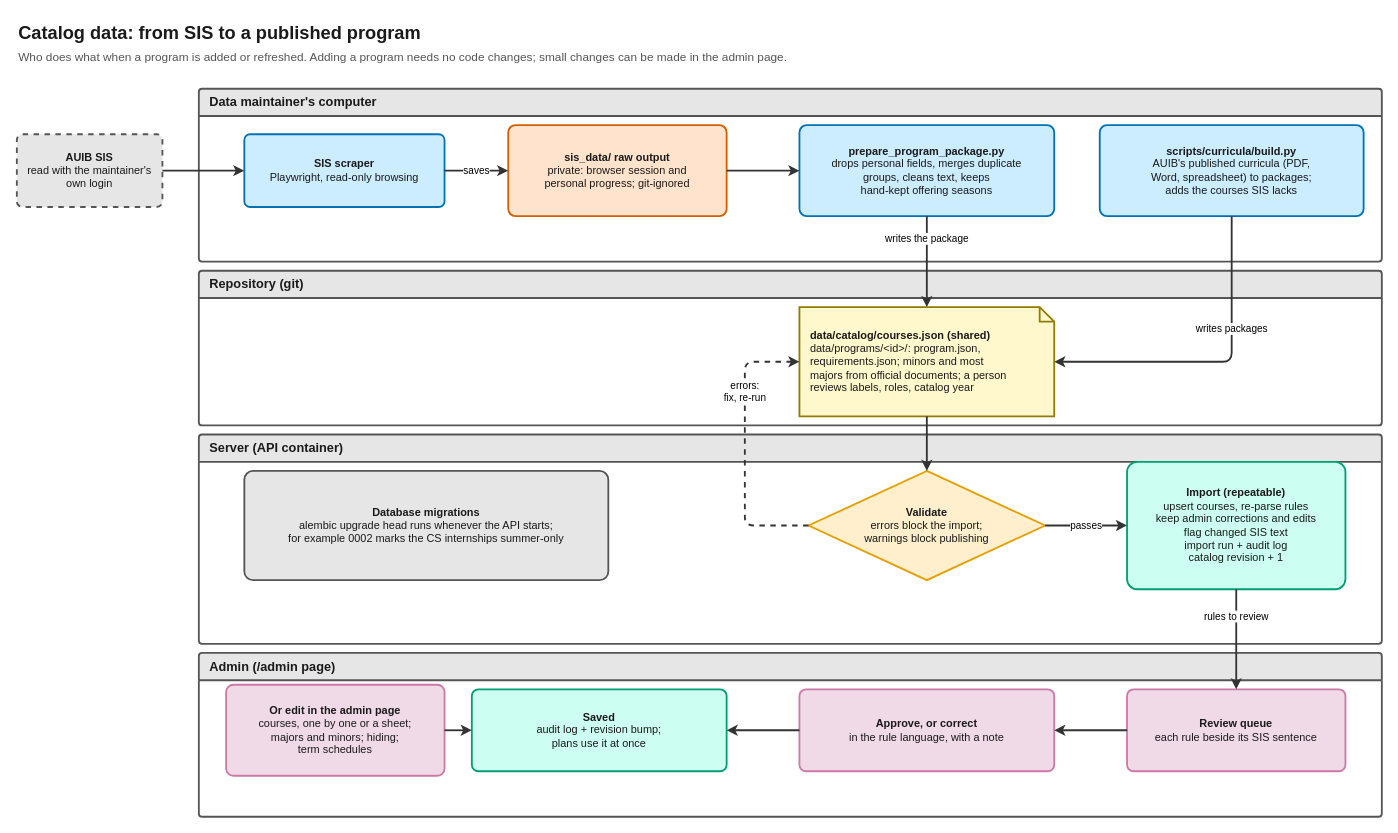
Above: docs/diagrams/05-data-pipeline.drawio in zaniixx/AUIB-Academic-Advisor (draw.io), before the change. Source tidied: cells renumbered, new cells numbered last; positions are measured from the earlier drawing's top-left corner, leaving out a move shared by most shapes. Both pictures are drawn from the tidied source at 91%, with x=0, y=0 at pixel (16, 15).
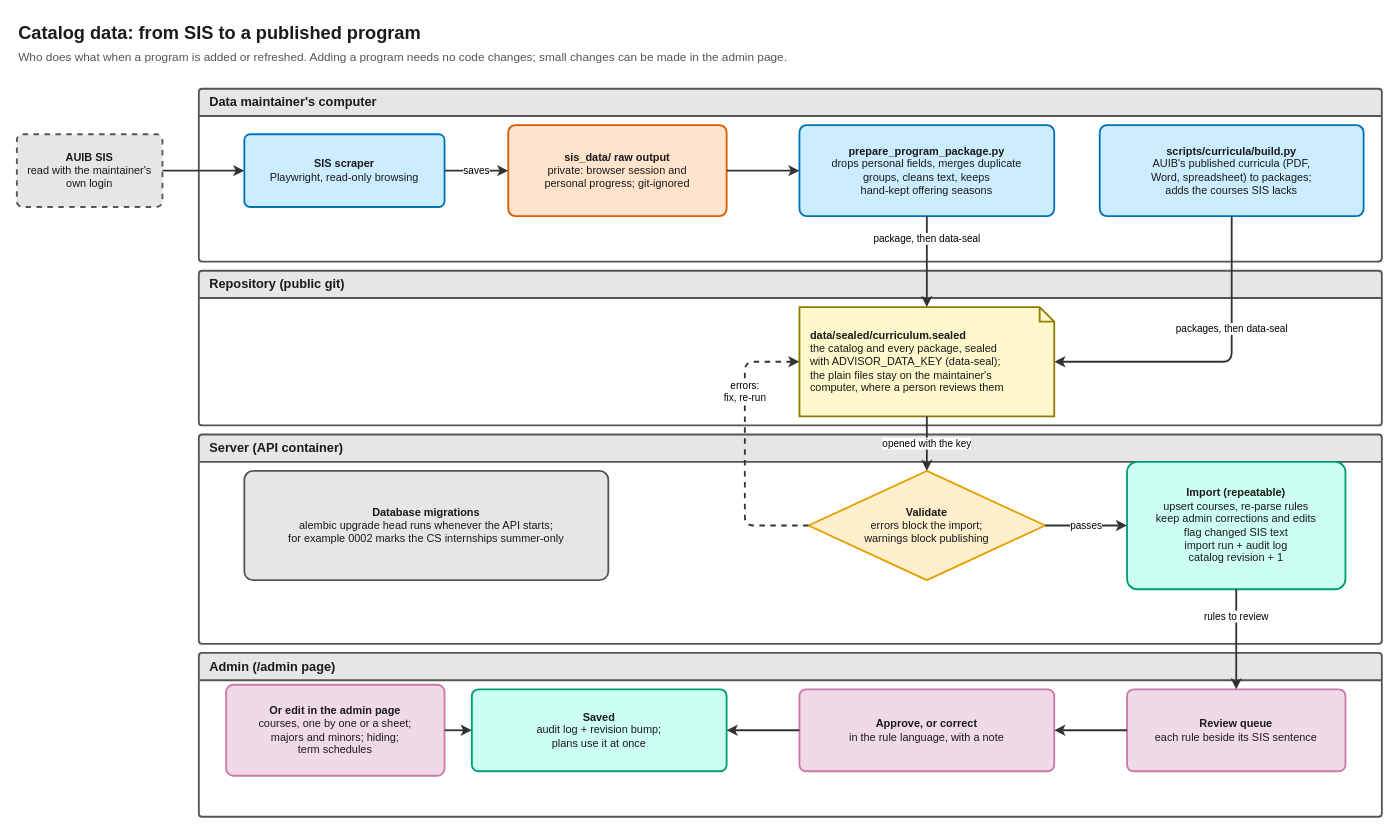
The same diagram, later.

Unchanged cells that the change refers to:
```xml
<mxCell id="10" value="&lt;b&gt;prepare_program_package.py&lt;/b&gt;&lt;br&gt;drops personal fields, merges duplicate&lt;br&gt;groups, cleans text, keeps&lt;br&gt;hand-kept offering seasons" style="rounded=1;arcSize=8;whiteSpace=wrap;html=1;fillColor=#ccedff;strokeColor=#0072b2;fontColor=#1a1a1a;fontFamily=Helvetica;fontSize=12;strokeWidth=2;verticalAlign=middle;" parent="3" vertex="1">
  <mxGeometry x="660" y="40" width="280" height="100" as="geometry" />
</mxCell>
<mxCell id="13" value="&lt;b&gt;Validate&lt;/b&gt;&lt;br&gt;errors block the import;&lt;br&gt;warnings block publishing" style="rhombus;whiteSpace=wrap;html=1;fillColor=#ffefcc;strokeColor=#e69f00;fontColor=#1a1a1a;fontFamily=Helvetica;fontSize=12;strokeWidth=2;verticalAlign=middle;" parent="5" vertex="1">
  <mxGeometry x="670" y="40" width="260" height="120" as="geometry" />
</mxCell>
<mxCell id="22" value="&lt;b&gt;scripts/curricula/build.py&lt;/b&gt;&lt;br&gt;AUIB's published curricula (PDF,&lt;br&gt;Word, spreadsheet) to packages;&lt;br&gt;adds the courses SIS lacks" style="rounded=1;arcSize=8;whiteSpace=wrap;html=1;fillColor=#ccedff;strokeColor=#0072b2;fontColor=#1a1a1a;fontFamily=Helvetica;fontSize=12;strokeWidth=2;verticalAlign=middle;" parent="3" vertex="1">
  <mxGeometry x="990" y="40" width="290" height="100" as="geometry" />
</mxCell>
```

Diff of the diagram source:
```diff
@@
-    <mxCell id="4" value="Repository (git)" style="swimlane;startSize=30;html=1;whiteSpace=wrap;fillColor=#e6e6e6;strokeColor=#555555;swimlaneFillColor=#ffffff;fontColor=#1a1a1a;fontFamily=Helvetica;fontSize=14;fontStyle=1;strokeWidth=2;rounded=1;arcSize=4;align=left;spacingLeft=10;" parent="1" vertex="1">
+    <mxCell id="4" value="Repository (public git)" style="swimlane;startSize=30;html=1;whiteSpace=wrap;fillColor=#e6e6e6;strokeColor=#555555;swimlaneFillColor=#ffffff;fontColor=#1a1a1a;fontFamily=Helvetica;fontSize=14;fontStyle=1;strokeWidth=2;rounded=1;arcSize=4;align=left;spacingLeft=10;" parent="1" vertex="1">
       <mxGeometry x="200" y="280" width="1300" height="170" as="geometry" />
     </mxCell>
@@
-    <mxCell id="11" value="&lt;b&gt;data/catalog/courses.json (shared)&lt;/b&gt;&lt;br&gt;data/programs/&amp;lt;id&amp;gt;/: program.json,&lt;br&gt;requirements.json; minors and most&lt;br&gt;majors from official documents; a person&lt;br&gt;reviews labels, roles, catalog year" style="shape=note;size=16;whiteSpace=wrap;html=1;fillColor=#fff8cc;strokeColor=#8f7c00;fontColor=#1a1a1a;fontFamily=Helvetica;fontSize=12;strokeWidth=2;verticalAlign=middle;align=left;spacingLeft=10;spacingRight=10;" parent="4" vertex="1">
+    <mxCell id="11" value="&lt;b&gt;data/sealed/curriculum.sealed&lt;/b&gt;&lt;br&gt;the catalog and every package, sealed&lt;br&gt;with ADVISOR_DATA_KEY (data-seal);&lt;br&gt;the plain files stay on the maintainer's&lt;br&gt;computer, where a person reviews them" style="shape=note;size=16;whiteSpace=wrap;html=1;fillColor=#fff8cc;strokeColor=#8f7c00;fontColor=#1a1a1a;fontFamily=Helvetica;fontSize=12;strokeWidth=2;verticalAlign=middle;align=left;spacingLeft=10;spacingRight=10;" parent="4" vertex="1">
       <mxGeometry x="660" y="40" width="280" height="120" as="geometry" />
     </mxCell>
@@
-    <mxCell id="21" value="writes the package" style="edgeStyle=orthogonalEdgeStyle;rounded=1;jettySize=auto;html=1;endArrow=classic;endFill=1;strokeWidth=2;strokeColor=#333333;fontFamily=Helvetica;fontSize=11;labelBackgroundColor=#ffffff;exitX=0.5;exitY=1;exitDx=0;exitDy=0;entryX=0.5;entryY=0;entryDx=0;entryDy=0;" parent="1" edge="1" source="10" target="11">
+    <mxCell id="21" value="package, then data-seal" style="edgeStyle=orthogonalEdgeStyle;rounded=1;jettySize=auto;html=1;endArrow=classic;endFill=1;strokeWidth=2;strokeColor=#333333;fontFamily=Helvetica;fontSize=11;labelBackgroundColor=#ffffff;exitX=0.5;exitY=1;exitDx=0;exitDy=0;entryX=0.5;entryY=0;entryDx=0;entryDy=0;" parent="1" edge="1" source="10" target="11">
       <mxGeometry x="-0.5" relative="1" as="geometry" />
     </mxCell>
@@
-    <mxCell id="23" value="writes packages" style="edgeStyle=orthogonalEdgeStyle;rounded=1;jettySize=auto;html=1;endArrow=classic;endFill=1;strokeWidth=2;strokeColor=#333333;fontFamily=Helvetica;fontSize=11;labelBackgroundColor=#ffffff;exitX=0.5;exitY=1;exitDx=0;exitDy=0;entryX=1;entryY=0.5;entryDx=0;entryDy=0;" parent="1" edge="1" source="22" target="11">
+    <mxCell id="23" value="packages, then data-seal" style="edgeStyle=orthogonalEdgeStyle;rounded=1;jettySize=auto;html=1;endArrow=classic;endFill=1;strokeWidth=2;strokeColor=#333333;fontFamily=Helvetica;fontSize=11;labelBackgroundColor=#ffffff;exitX=0.5;exitY=1;exitDx=0;exitDy=0;entryX=1;entryY=0.5;entryDx=0;entryDy=0;" parent="1" edge="1" source="22" target="11">
       <mxGeometry x="-0.3" relative="1" as="geometry">
         <Array as="points">
           <mxPoint x="1335" y="380" />
         </Array>
       </mxGeometry>
     </mxCell>
-    <mxCell id="24" style="edgeStyle=orthogonalEdgeStyle;rounded=1;jettySize=auto;html=1;endArrow=classic;endFill=1;strokeWidth=2;strokeColor=#333333;fontFamily=Helvetica;fontSize=11;labelBackgroundColor=#ffffff;exitX=0.5;exitY=1;exitDx=0;exitDy=0;entryX=0.5;entryY=0;entryDx=0;entryDy=0;" parent="1" edge="1" source="11" target="13">
+    <mxCell id="24" value="opened with the key" style="edgeStyle=orthogonalEdgeStyle;rounded=1;jettySize=auto;html=1;endArrow=classic;endFill=1;strokeWidth=2;strokeColor=#333333;fontFamily=Helvetica;fontSize=11;labelBackgroundColor=#ffffff;exitX=0.5;exitY=1;exitDx=0;exitDy=0;entryX=0.5;entryY=0;entryDx=0;entryDy=0;" parent="1" edge="1" source="11" target="13">
       <mxGeometry relative="1" as="geometry" />
     </mxCell>
```
